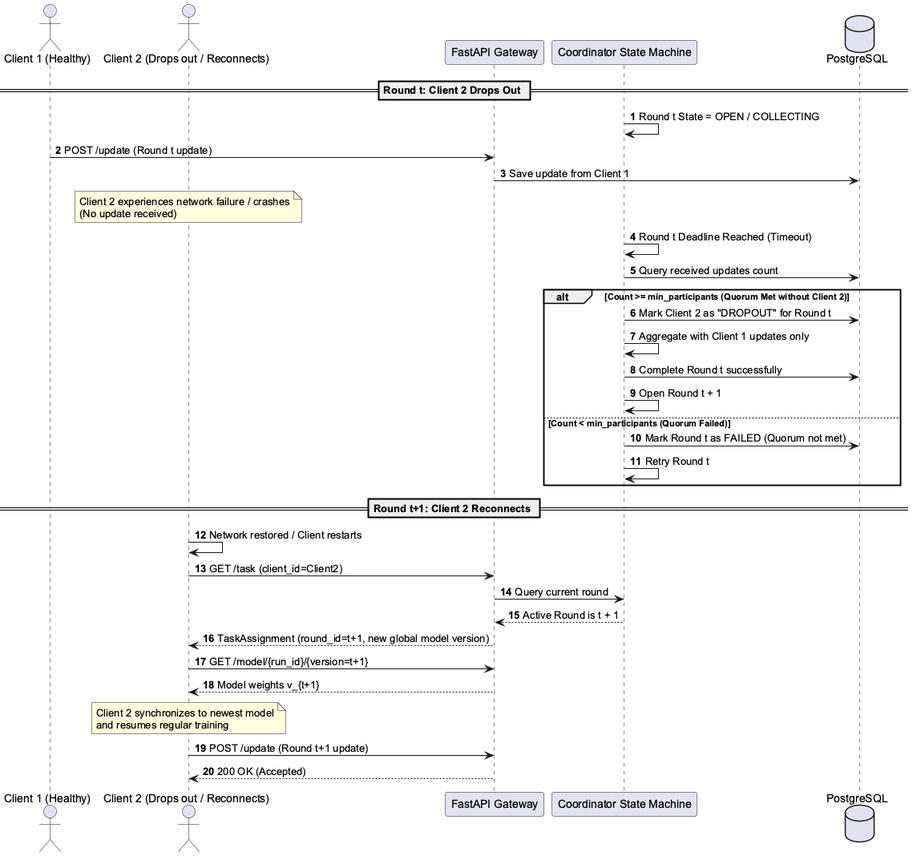
This is diagrams/sequence/Sequence_Dropout_Reconnection.png from boratokerku/COMP491-Centralized-Federated-Learning-Framework, a PlantUML export, as it was before one commit. The source it was exported from:
```plantuml
@startuml Sequence_Dropout_Reconnection
autonumber
skinparam shadowing false
skinparam defaultFontName Arial

actor Client1 as "Client 1 (Healthy)"
actor Client2 as "Client 2 (Drops out / Reconnects)"
participant Gateway as "FastAPI Gateway"
participant Coordinator as "Coordinator State Machine"
database DB as "PostgreSQL"

== Round t: Client 2 Drops Out ==
Coordinator -> Coordinator : Round t State = OPEN / COLLECTING
Client1 -> Gateway : POST /update (Round t update)
Gateway -> DB : Save update from Client 1

Note over Client2 : Client 2 experiences network failure / crashes\n(No update received)

Coordinator -> Coordinator : Round t Deadline Reached (Timeout)
Coordinator -> DB : Query received updates count
alt Count >= min_participants (Quorum Met without Client 2)
    Coordinator -> DB : Mark Client 2 as "DROPOUT" for Round t
    Coordinator -> Coordinator : Aggregate with Client 1 updates only
    Coordinator -> DB : Complete Round t successfully
    Coordinator -> Coordinator : Open Round t + 1
else Count < min_participants (Quorum Failed)
    Coordinator -> DB : Mark Round t as FAILED (Quorum not met)
    Coordinator -> Coordinator : Retry Round t
end

== Round t+1: Client 2 Reconnects ==
Client2 -> Client2 : Network restored / Client restarts
Client2 -> Gateway : GET /task (client_id=Client2)
Gateway -> Coordinator : Query current round
Coordinator --> Gateway : Active Round is t + 1
Gateway --> Client2 : TaskAssignment (round_id=t+1, new global model version)

Client2 -> Gateway : GET /model/{run_id}/{version=t+1}
Gateway --> Client2 : Model weights v_{t+1}
Note over Client2 : Client 2 synchronizes to newest model\nand resumes regular training
Client2 -> Gateway : POST /update (Round t+1 update)
Gateway --> Client2 : 200 OK (Accepted)
@enduml
```
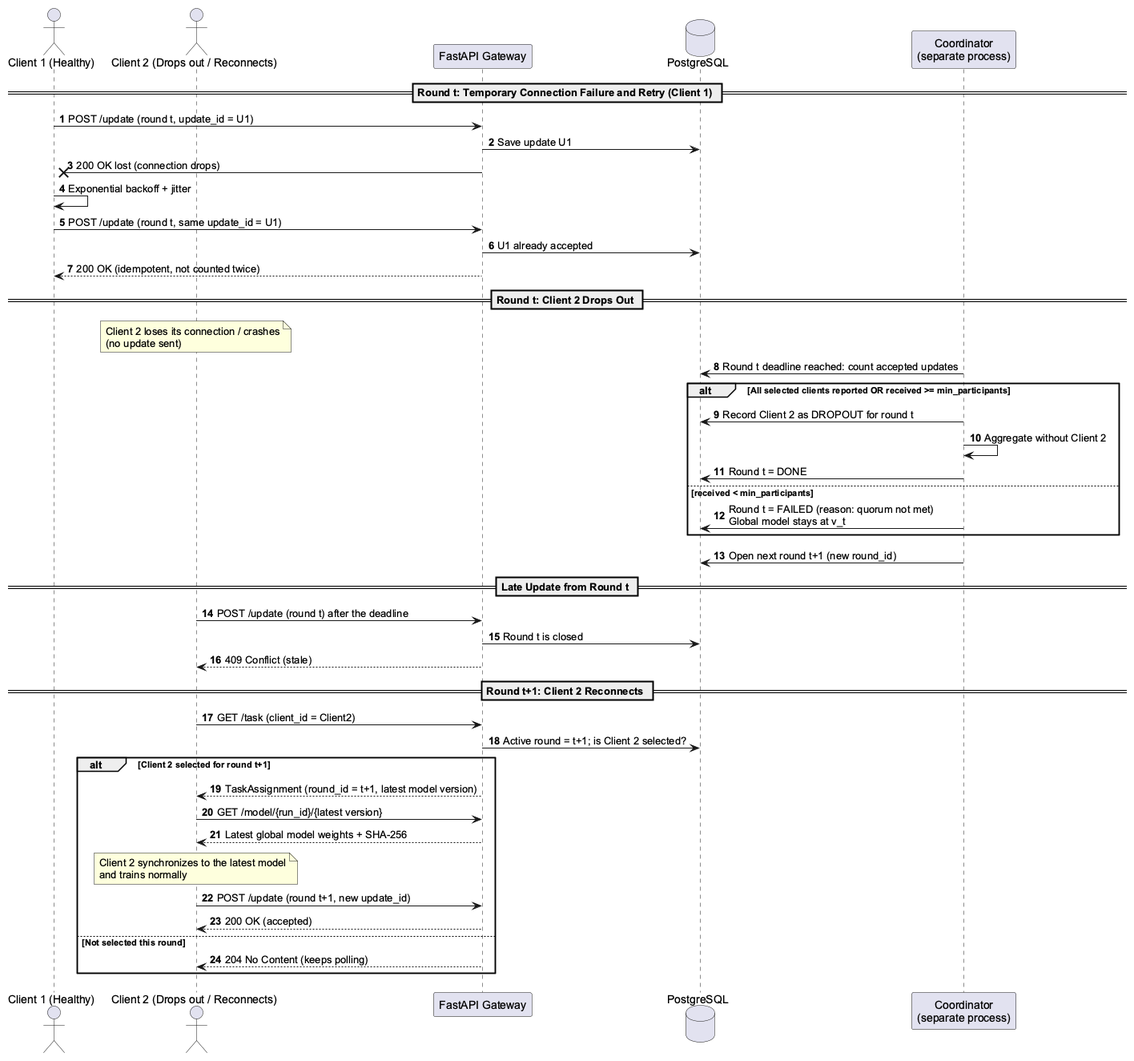
Above is the later version.

What changed in the source:
```diff
@@ -6,38 +6,47 @@
 actor Client1 as "Client 1 (Healthy)"
 actor Client2 as "Client 2 (Drops out / Reconnects)"
 participant Gateway as "FastAPI Gateway"
-participant Coordinator as "Coordinator State Machine"
 database DB as "PostgreSQL"
+participant Coordinator as "Coordinator\n(separate process)"
+
+== Round t: Temporary Connection Failure and Retry (Client 1) ==
+Client1 -> Gateway : POST /update (round t, update_id = U1)
+Gateway -> DB : Save update U1
+Gateway -x Client1 : 200 OK lost (connection drops)
+Client1 -> Client1 : Exponential backoff + jitter
+Client1 -> Gateway : POST /update (round t, same update_id = U1)
+Gateway -> DB : U1 already accepted
+Gateway --> Client1 : 200 OK (idempotent, not counted twice)
 
 == Round t: Client 2 Drops Out ==
-Coordinator -> Coordinator : Round t State = OPEN / COLLECTING
-Client1 -> Gateway : POST /update (Round t update)
-Gateway -> DB : Save update from Client 1
+Note over Client2 : Client 2 loses its connection / crashes\n(no update sent)
 
-Note over Client2 : Client 2 experiences network failure / crashes\n(No update received)
+Coordinator -> DB : Round t deadline reached: count accepted updates
+alt All selected clients reported OR received >= min_participants
+    Coordinator -> DB : Record Client 2 as DROPOUT for round t
+    Coordinator -> Coordinator : Aggregate without Client 2
+    Coordinator -> DB : Round t = DONE
+else received < min_participants
+    Coordinator -> DB : Round t = FAILED (reason: quorum not met)\nGlobal model stays at v_t
+end
+Coordinator -> DB : Open next round t+1 (new round_id)
 
-Coordinator -> Coordinator : Round t Deadline Reached (Timeout)
-Coordinator -> DB : Query received updates count
-alt Count >= min_participants (Quorum Met without Client 2)
-    Coordinator -> DB : Mark Client 2 as "DROPOUT" for Round t
-    Coordinator -> Coordinator : Aggregate with Client 1 updates only
-    Coordinator -> DB : Complete Round t successfully
-    Coordinator -> Coordinator : Open Round t + 1
-else Count < min_participants (Quorum Failed)
-    Coordinator -> DB : Mark Round t as FAILED (Quorum not met)
-    Coordinator -> Coordinator : Retry Round t
-end
+== Late Update from Round t ==
+Client2 -> Gateway : POST /update (round t) after the deadline
+Gateway -> DB : Round t is closed
+Gateway --> Client2 : 409 Conflict (stale)
 
 == Round t+1: Client 2 Reconnects ==
-Client2 -> Client2 : Network restored / Client restarts
-Client2 -> Gateway : GET /task (client_id=Client2)
-Gateway -> Coordinator : Query current round
-Coordinator --> Gateway : Active Round is t + 1
-Gateway --> Client2 : TaskAssignment (round_id=t+1, new global model version)
-
-Client2 -> Gateway : GET /model/{run_id}/{version=t+1}
-Gateway --> Client2 : Model weights v_{t+1}
-Note over Client2 : Client 2 synchronizes to newest model\nand resumes regular training
-Client2 -> Gateway : POST /update (Round t+1 update)
-Gateway --> Client2 : 200 OK (Accepted)
+Client2 -> Gateway : GET /task (client_id = Client2)
+Gateway -> DB : Active round = t+1; is Client 2 selected?
+alt Client 2 selected for round t+1
+    Gateway --> Client2 : TaskAssignment (round_id = t+1, latest model version)
+    Client2 -> Gateway : GET /model/{run_id}/{latest version}
+    Gateway --> Client2 : Latest global model weights + SHA-256
+    Note over Client2 : Client 2 synchronizes to the latest model\nand trains normally
+    Client2 -> Gateway : POST /update (round t+1, new update_id)
+    Gateway --> Client2 : 200 OK (accepted)
+else Not selected this round
+    Gateway --> Client2 : 204 No Content (keeps polling)
+end
 @enduml
```
